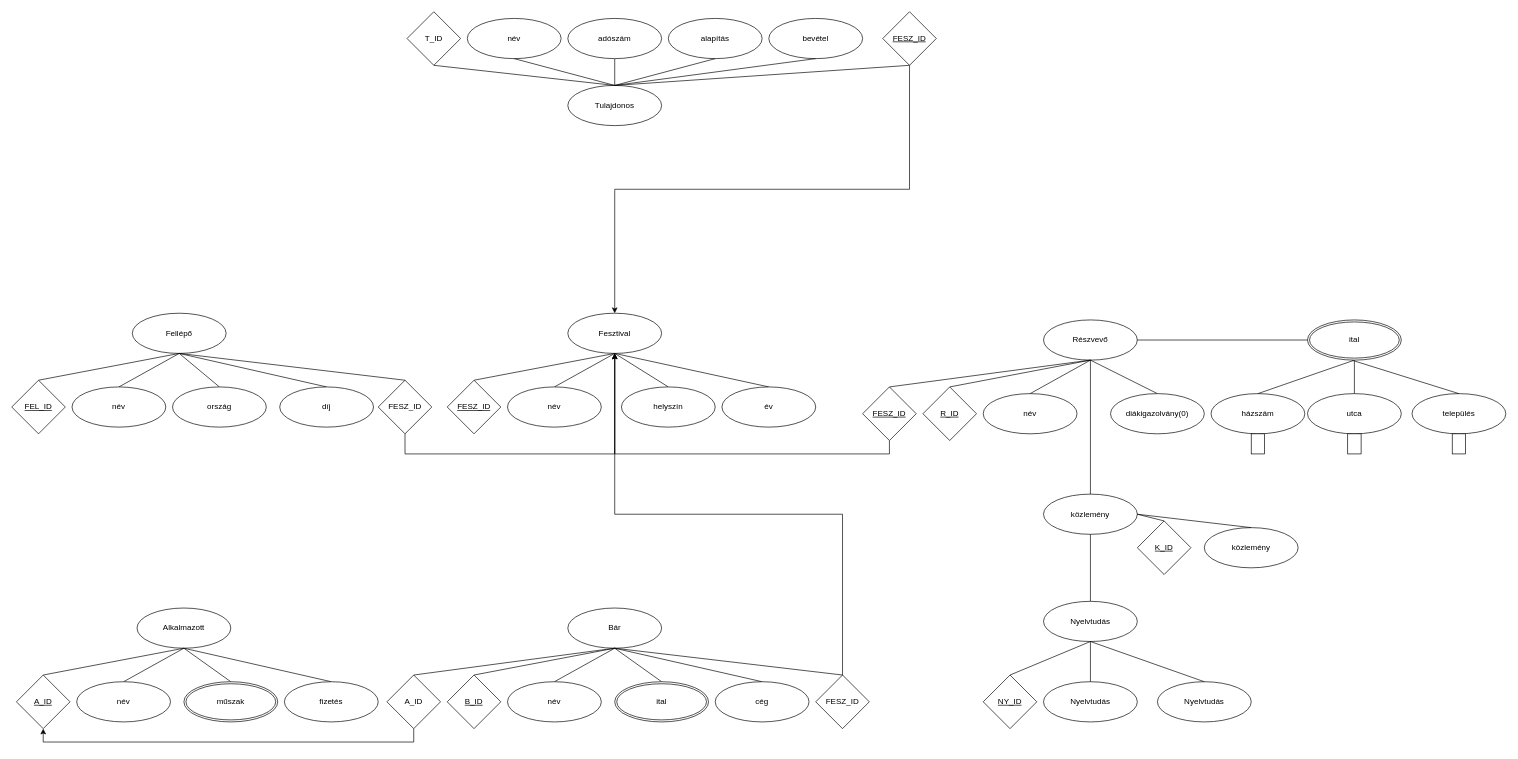
The draw.io diagram JJL4WE_1018/fesztival_JJL4WE.drawio in hauerattilaarpad/JJL4WE_XMLGyak, before the edit. Source tidied: cells renumbered, new cells numbered last; positions are measured from the earlier drawing's top-left corner, leaving out a move shared by most shapes. Both pictures are drawn from the tidied source at 67%, with x=0, y=0 at pixel (11, 11).
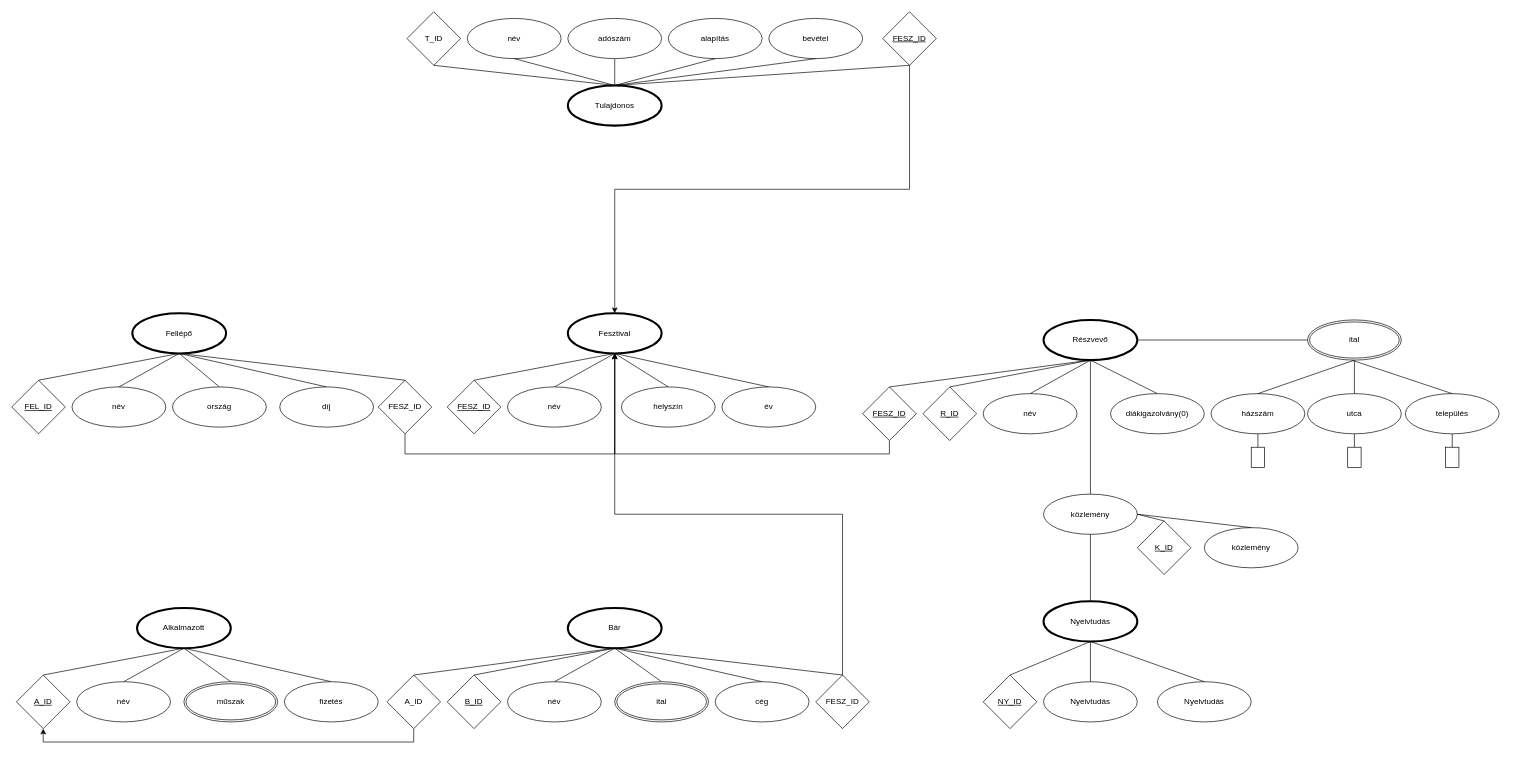
Above is the later version.

The edit, as a diff of the source:
```diff
@@
-    <mxCell id="2" value="Fesztival" style="ellipse;whiteSpace=wrap;html=1;" parent="1" vertex="1">
+    <mxCell id="2" value="Fesztival" style="ellipse;whiteSpace=wrap;html=1;perimeterSpacing=0;strokeWidth=3;" parent="1" vertex="1">
       <mxGeometry x="830" y="450" width="140" height="60" as="geometry" />
     </mxCell>
@@
-    <mxCell id="11" value="Fellépő" style="ellipse;whiteSpace=wrap;html=1;" parent="1" vertex="1">
+    <mxCell id="11" value="Fellépő" style="ellipse;whiteSpace=wrap;html=1;strokeWidth=3;" parent="1" vertex="1">
       <mxGeometry x="180" y="450" width="140" height="60" as="geometry" />
     </mxCell>
@@
-    <mxCell id="21" value="Tulajdonos" style="ellipse;whiteSpace=wrap;html=1;" parent="1" vertex="1">
+    <mxCell id="21" value="Tulajdonos" style="ellipse;whiteSpace=wrap;html=1;strokeWidth=3;" parent="1" vertex="1">
       <mxGeometry x="830" y="110" width="140" height="60" as="geometry" />
     </mxCell>
@@
-    <mxCell id="32" value="Bár" style="ellipse;whiteSpace=wrap;html=1;" parent="1" vertex="1">
+    <mxCell id="32" value="Bár" style="ellipse;whiteSpace=wrap;html=1;strokeWidth=3;" parent="1" vertex="1">
       <mxGeometry x="830" y="890" width="140" height="60" as="geometry" />
     </mxCell>
@@
-    <mxCell id="41" value="Alkalmazott" style="ellipse;whiteSpace=wrap;html=1;" parent="1" vertex="1">
+    <mxCell id="41" value="Alkalmazott" style="ellipse;whiteSpace=wrap;html=1;strokeWidth=3;" parent="1" vertex="1">
       <mxGeometry x="187" y="890" width="140" height="60" as="geometry" />
     </mxCell>
@@
-    <mxCell id="50" value="Részvevő" style="ellipse;whiteSpace=wrap;html=1;" parent="1" vertex="1">
+    <mxCell id="50" value="Részvevő" style="ellipse;whiteSpace=wrap;html=1;strokeWidth=3;" parent="1" vertex="1">
       <mxGeometry x="1540" y="460" width="140" height="60" as="geometry" />
     </mxCell>
@@
     <mxCell id="58" value="település" style="ellipse;whiteSpace=wrap;html=1;" parent="1" vertex="1">
-      <mxGeometry x="2090" y="570" width="140" height="60" as="geometry" />
+      <mxGeometry x="2080" y="570" width="140" height="60" as="geometry" />
     </mxCell>
@@
     <mxCell id="64" style="rounded=0;whiteSpace=wrap;html=1;" parent="1" vertex="1">
-      <mxGeometry x="1850" y="630" width="20" height="30" as="geometry" />
+      <mxGeometry x="1850" y="650" width="20" height="30" as="geometry" />
     </mxCell>
     <mxCell id="65" style="rounded=0;whiteSpace=wrap;html=1;" parent="1" vertex="1">
-      <mxGeometry x="1994" y="630" width="20" height="30" as="geometry" />
+      <mxGeometry x="1994" y="650" width="20" height="30" as="geometry" />
     </mxCell>
     <mxCell id="66" style="rounded=0;whiteSpace=wrap;html=1;" parent="1" vertex="1">
-      <mxGeometry x="2150" y="630" width="20" height="30" as="geometry" />
+      <mxGeometry x="2140" y="650" width="20" height="30" as="geometry" />
     </mxCell>
@@
-    <mxCell id="86" value="Nyelvtudás" style="ellipse;whiteSpace=wrap;html=1;" parent="1" vertex="1">
+    <mxCell id="86" value="Nyelvtudás" style="ellipse;whiteSpace=wrap;html=1;strokeWidth=3;" parent="1" vertex="1">
       <mxGeometry x="1540" y="880" width="140" height="60" as="geometry" />
     </mxCell>
```
